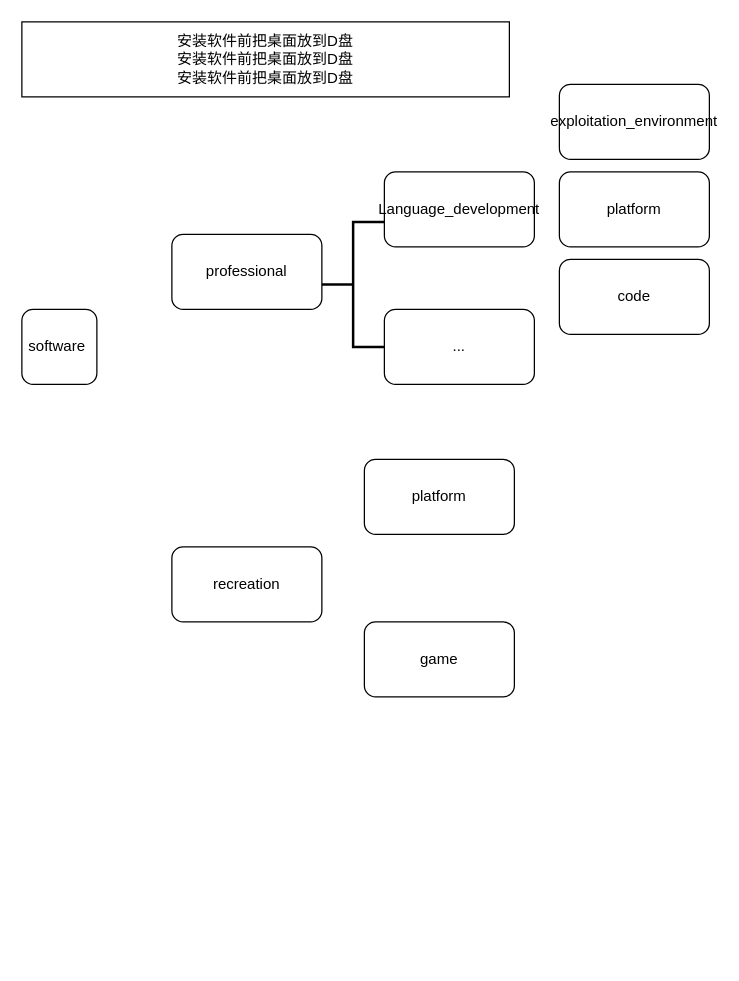
Before: 目录.drawio in mabaoguo007/-, a draw.io diagram. Source tidied: cells renumbered, new cells numbered last; positions are measured from the earlier drawing's top-left corner, leaving out a move shared by most shapes. Both pictures are drawn from the tidied source at 125%, with x=0, y=0 at pixel (21, 21).
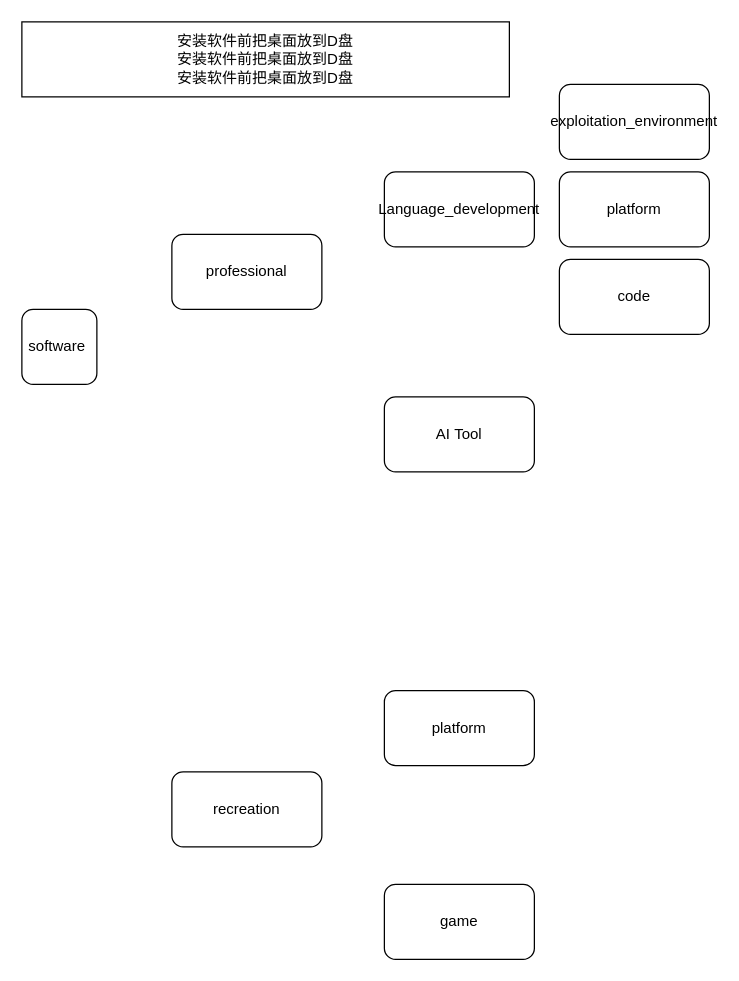
After the change.

Commit message:
已添加 目录.drawio

Change to the diagram source:
```diff
@@
 <mxGraphModel>
   <root>
     <mxCell id="0" />
     <mxCell id="1" parent="0" />
     <mxCell id="2" value="software&amp;nbsp;" style="rounded=1;whiteSpace=wrap;html=1;" parent="1" vertex="1">
       <mxGeometry y="230" width="60" height="60" as="geometry" />
     </mxCell>
     <mxCell id="3" value="professional" style="rounded=1;whiteSpace=wrap;html=1;" parent="1" vertex="1">
       <mxGeometry x="120" y="170" width="120" height="60" as="geometry" />
     </mxCell>
     <mxCell id="4" value="recreation" style="rounded=1;whiteSpace=wrap;html=1;" parent="1" vertex="1">
-      <mxGeometry x="120" y="420" width="120" height="60" as="geometry" />
+      <mxGeometry x="120" y="600" width="120" height="60" as="geometry" />
     </mxCell>
     <mxCell id="5" value="platform" style="rounded=1;whiteSpace=wrap;html=1;" parent="1" vertex="1">
-      <mxGeometry x="274" y="350" width="120" height="60" as="geometry" />
+      <mxGeometry x="290" y="535" width="120" height="60" as="geometry" />
     </mxCell>
     <mxCell id="6" value="game" style="rounded=1;whiteSpace=wrap;html=1;" parent="1" vertex="1">
-      <mxGeometry x="274" y="480" width="120" height="60" as="geometry" />
+      <mxGeometry x="290" y="690" width="120" height="60" as="geometry" />
     </mxCell>
     <mxCell id="7" value="Language_development" style="rounded=1;whiteSpace=wrap;html=1;" parent="1" vertex="1">
       <mxGeometry x="290" y="120" width="120" height="60" as="geometry" />
     </mxCell>
     <mxCell id="8" value="platform" style="rounded=1;whiteSpace=wrap;html=1;" parent="1" vertex="1">
       <mxGeometry x="430" y="120" width="120" height="60" as="geometry" />
     </mxCell>
     <mxCell id="9" value="code" style="rounded=1;whiteSpace=wrap;html=1;" parent="1" vertex="1">
       <mxGeometry x="430" y="190" width="120" height="60" as="geometry" />
     </mxCell>
     <mxCell id="10" value="exploitation_environment" style="rounded=1;whiteSpace=wrap;html=1;" parent="1" vertex="1">
       <mxGeometry x="430" y="50" width="120" height="60" as="geometry" />
     </mxCell>
-    <mxCell id="11" value="..." style="rounded=1;whiteSpace=wrap;html=1;" parent="1" vertex="1">
-      <mxGeometry x="290" y="230" width="120" height="60" as="geometry" />
+    <mxCell id="11" value="AI&amp;nbsp;Tool" style="rounded=1;whiteSpace=wrap;html=1;" parent="1" vertex="1">
+      <mxGeometry x="290" y="300" width="120" height="60" as="geometry" />
     </mxCell>
-    <mxCell id="12" style="strokeWidth=2;html=1;shape=mxgraph.flowchart.annotation_2;align=left;labelPosition=right;" parent="1" vertex="1">
-      <mxGeometry x="240" y="160" width="50" height="100" as="geometry" />
-    </mxCell>
     <mxCell id="13" value="安装软件前把桌面放到D盘&lt;div&gt;安装软件前把桌面放到D盘&lt;br&gt;&lt;/div&gt;&lt;div&gt;安装软件前把桌面放到D盘&lt;/div&gt;" style="rounded=0;whiteSpace=wrap;html=1;" parent="1" vertex="1">
       <mxGeometry width="390" height="60" as="geometry" />
     </mxCell>
   </root>
 </mxGraphModel>
```
